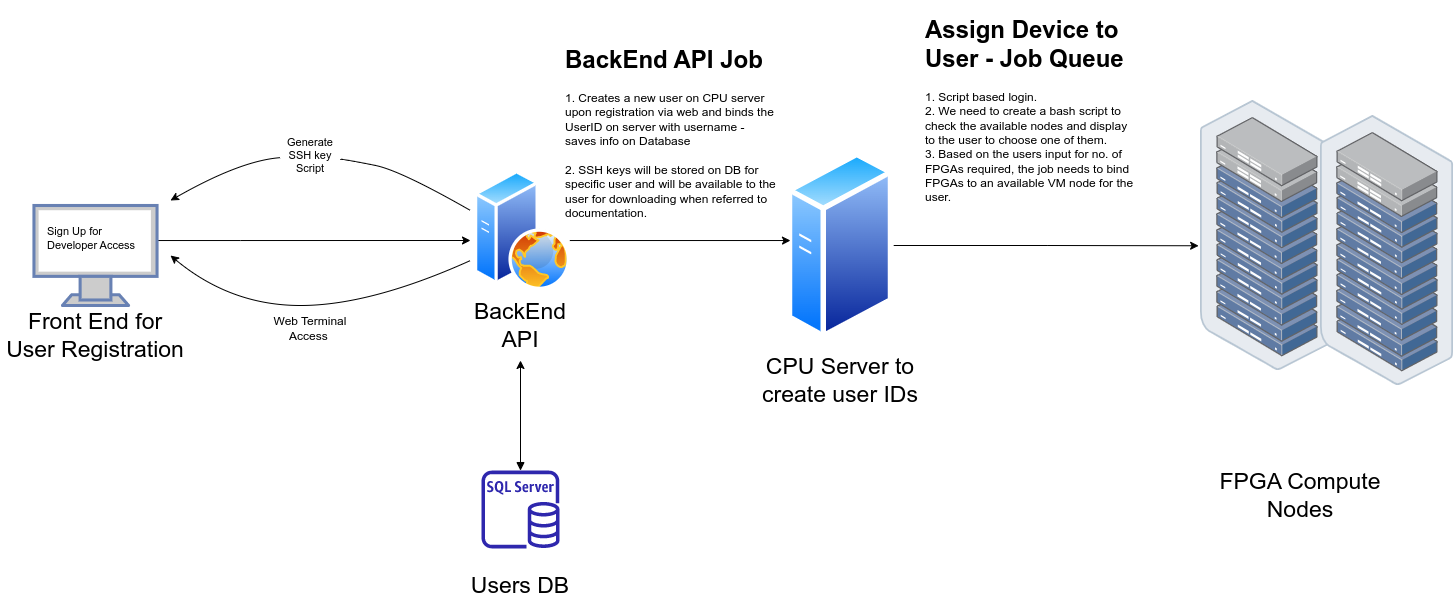
The draw.io diagram Intel DevCloud Flow.drawio.png in belanasaikiran/FlowCharts, before a commit. Source tidied: cells renumbered, new cells last; positions are measured from the earlier drawing's top-left corner, leaving out a move shared by most shapes.
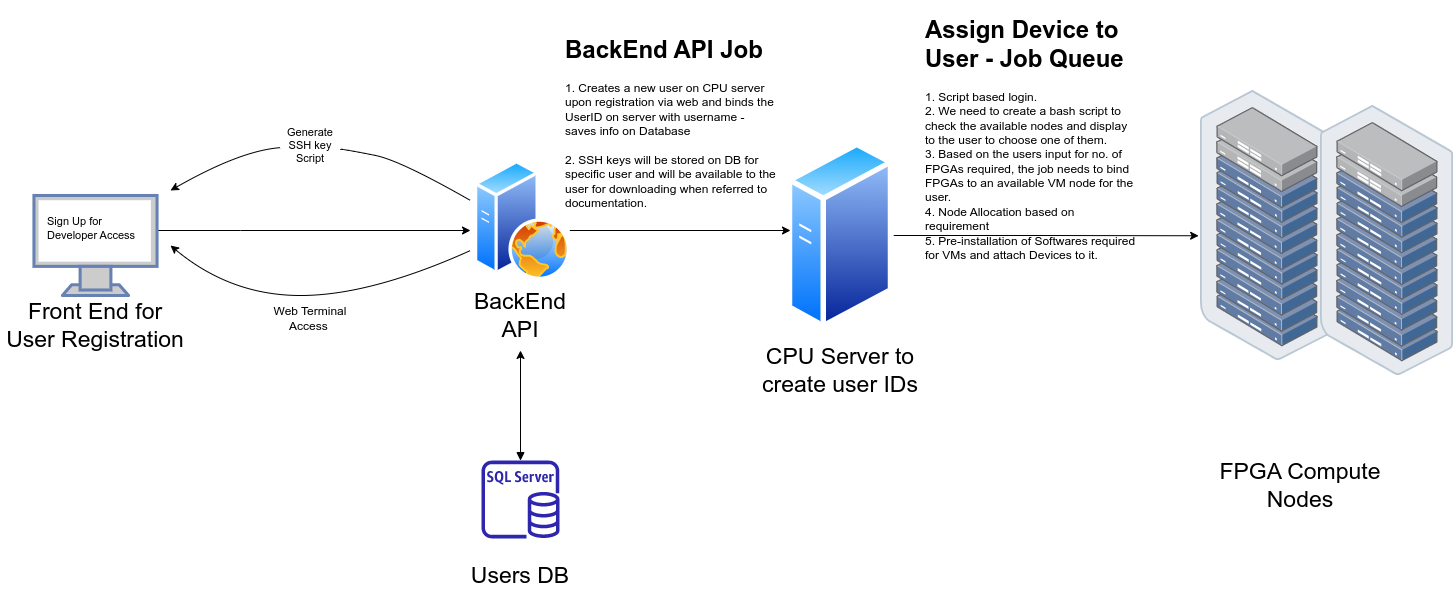
The same diagram one commit later.

The edit, as a diff of the source:
```diff
@@ -111,8 +111,8 @@
     <mxCell id="27" value="&lt;h1&gt;&lt;span style=&quot;background-color: initial;&quot;&gt;BackEnd API Job&lt;/span&gt;&lt;/h1&gt;&lt;div&gt;&lt;span style=&quot;font-size: 12px; font-weight: 400;&quot;&gt;1. Creates a new user on CPU server upon registration via web and binds the UserID on server with username - saves info on Database&lt;/span&gt;&lt;/div&gt;&lt;div&gt;&lt;span style=&quot;font-size: 12px; font-weight: 400;&quot;&gt;&lt;br&gt;&lt;/span&gt;&lt;/div&gt;&lt;div&gt;&lt;span style=&quot;font-size: 12px; font-weight: 400;&quot;&gt;2. SSH keys will be stored on DB for specific user and will be available to the user for downloading when referred to documentation.&lt;/span&gt;&lt;/div&gt;&lt;div&gt;&lt;span style=&quot;font-size: 12px; font-weight: 400;&quot;&gt;&lt;br&gt;&lt;/span&gt;&lt;/div&gt;" style="text;html=1;strokeColor=none;fillColor=none;spacing=5;spacingTop=-20;whiteSpace=wrap;overflow=hidden;rounded=0;" parent="1" vertex="1">
       <mxGeometry x="560" y="30" width="220" height="185" as="geometry" />
     </mxCell>
-    <mxCell id="28" value="&lt;h1&gt;&lt;span style=&quot;background-color: initial;&quot;&gt;Assign Device to User - Job Queue&lt;/span&gt;&lt;/h1&gt;&lt;div&gt;&lt;span style=&quot;font-size: 12px; font-weight: 400;&quot;&gt;1. Script based login.&amp;nbsp;&lt;/span&gt;&lt;/div&gt;&lt;div&gt;&lt;span style=&quot;font-size: 12px; font-weight: 400;&quot;&gt;2. We need to create a bash script to check the available nodes and display to the user to choose one of them.&lt;/span&gt;&lt;/div&gt;&lt;div&gt;&lt;span style=&quot;font-size: 12px; font-weight: 400;&quot;&gt;3. Based on the users input for no. of FPGAs required, the job needs to bind FPGAs to an available VM node for the user.&lt;/span&gt;&lt;/div&gt;&lt;div&gt;&lt;span style=&quot;font-size: 12px; font-weight: 400;&quot;&gt;&lt;br&gt;&lt;/span&gt;&lt;/div&gt;" style="text;html=1;strokeColor=none;fillColor=none;spacing=5;spacingTop=-20;whiteSpace=wrap;overflow=hidden;rounded=0;" parent="1" vertex="1">
-      <mxGeometry x="920" width="220" height="250" as="geometry" />
+    <mxCell id="28" value="&lt;h1&gt;&lt;span style=&quot;background-color: initial;&quot;&gt;Assign Device to User - Job Queue&lt;/span&gt;&lt;/h1&gt;&lt;div&gt;&lt;span style=&quot;font-size: 12px; font-weight: 400;&quot;&gt;1. Script based login.&amp;nbsp;&lt;/span&gt;&lt;/div&gt;&lt;div&gt;&lt;span style=&quot;font-size: 12px; font-weight: 400;&quot;&gt;2. We need to create a bash script to check the available nodes and display to the user to choose one of them.&lt;/span&gt;&lt;/div&gt;&lt;div&gt;&lt;span style=&quot;font-size: 12px; font-weight: 400;&quot;&gt;3. Based on the users input for no. of FPGAs required, the job needs to bind FPGAs to an available VM node for the user.&lt;/span&gt;&lt;/div&gt;&lt;div&gt;&lt;span style=&quot;font-size: 12px; font-weight: 400;&quot;&gt;4. Node Allocation based on requirement&lt;/span&gt;&lt;/div&gt;&lt;div&gt;&lt;span style=&quot;font-size: 12px; font-weight: 400;&quot;&gt;5. Pre-installation of Softwares required for VMs and attach Devices to it.&lt;/span&gt;&lt;/div&gt;" style="text;html=1;strokeColor=none;fillColor=none;spacing=5;spacingTop=-20;whiteSpace=wrap;overflow=hidden;rounded=0;" parent="1" vertex="1">
+      <mxGeometry x="920" y="10" width="220" height="250" as="geometry" />
     </mxCell>
   </root>
 </mxGraphModel>
```
